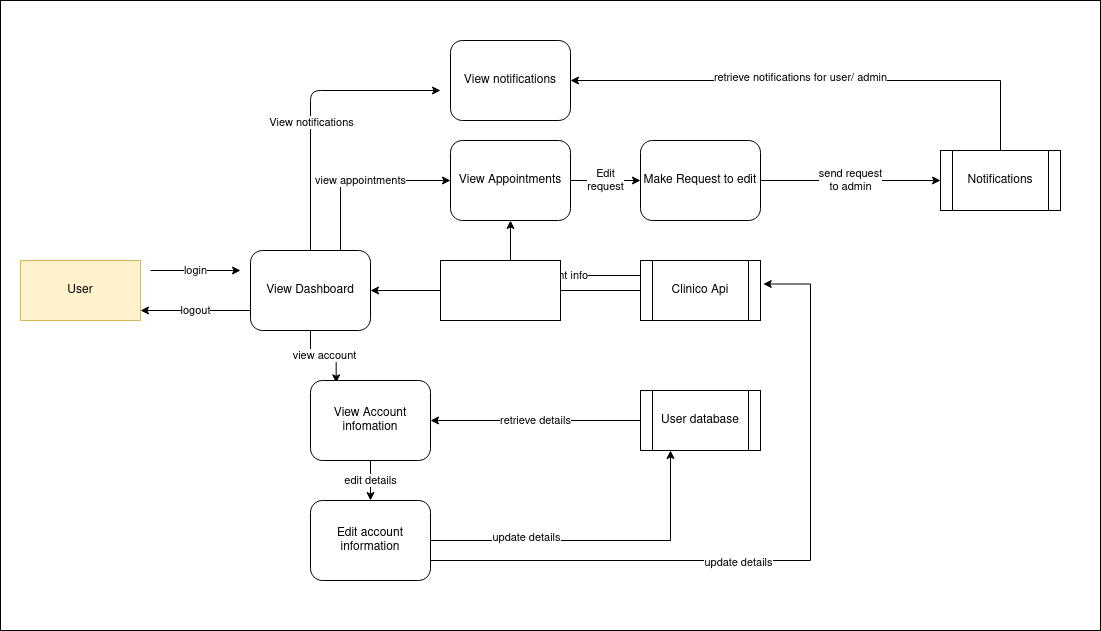
This is docs/MERN_dataflow.png from cmccaww/MERN_app_planning, a draw.io export, as it was before one commit. Source tidied: cells renumbered, new cells last; positions are measured from the earlier drawing's top-left corner, leaving out a move shared by most shapes. Source of this version:
```xml
<mxGraphModel>
  <root>
    <mxCell id="0" />
    <mxCell id="1" parent="0" />
    <mxCell id="2" style="rounded=0;whiteSpace=wrap;html=1;verticalAlign=middle;" parent="1" vertex="1">
      <mxGeometry width="1100" height="630" as="geometry" />
    </mxCell>
    <mxCell id="3" value="&lt;div&gt;User&lt;/div&gt;" style="rounded=0;whiteSpace=wrap;html=1;fillColor=#fff2cc;strokeColor=#d6b656;" parent="1" vertex="1">
      <mxGeometry x="20" y="260" width="120" height="60" as="geometry" />
    </mxCell>
    <mxCell id="4" value="retrieve details" style="edgeStyle=orthogonalEdgeStyle;rounded=0;jettySize=auto;html=1;entryX=1;entryY=0.5;entryDx=0;entryDy=0;" parent="1" edge="1" source="5" target="17">
      <mxGeometry relative="1" as="geometry" />
    </mxCell>
    <mxCell id="5" value="User database" style="shape=process;whiteSpace=wrap;html=1;backgroundOutline=1;" parent="1" vertex="1">
      <mxGeometry x="640" y="390" width="120" height="60" as="geometry" />
    </mxCell>
    <mxCell id="6" value="next appointment info" style="edgeStyle=orthogonalEdgeStyle;rounded=0;jettySize=auto;html=1;exitX=0;exitY=0.5;exitDx=0;exitDy=0;entryX=1;entryY=0.5;entryDx=0;entryDy=0;" parent="1" edge="1" source="8" target="11">
      <mxGeometry relative="1" as="geometry" />
    </mxCell>
    <mxCell id="7" value="appointment info" style="edgeStyle=orthogonalEdgeStyle;rounded=0;jettySize=auto;html=1;exitX=0;exitY=0.25;exitDx=0;exitDy=0;entryX=0.5;entryY=1;entryDx=0;entryDy=0;" parent="1" edge="1" source="8" target="13">
      <mxGeometry relative="1" as="geometry" />
    </mxCell>
    <mxCell id="8" value="Clinico Api" style="shape=process;whiteSpace=wrap;html=1;backgroundOutline=1;" parent="1" vertex="1">
      <mxGeometry x="640" y="260" width="120" height="60" as="geometry" />
    </mxCell>
    <mxCell id="9" value="&lt;div&gt;view account&lt;/div&gt;" style="edgeStyle=orthogonalEdgeStyle;rounded=0;jettySize=auto;html=1;exitX=0.5;exitY=1;exitDx=0;exitDy=0;entryX=0.214;entryY=0.029;entryDx=0;entryDy=0;entryPerimeter=0;" parent="1" edge="1" source="11" target="17">
      <mxGeometry relative="1" as="geometry" />
    </mxCell>
    <mxCell id="10" value="view appointments" style="edgeStyle=orthogonalEdgeStyle;rounded=0;jettySize=auto;html=1;exitX=0.75;exitY=0;exitDx=0;exitDy=0;entryX=0;entryY=0.5;entryDx=0;entryDy=0;" parent="1" edge="1" source="11" target="13">
      <mxGeometry relative="1" as="geometry" />
    </mxCell>
    <mxCell id="11" value="&lt;div&gt;View Dashboard&lt;/div&gt;" style="rounded=1;whiteSpace=wrap;html=1;rounded=1;" parent="1" vertex="1">
      <mxGeometry x="250" y="250" width="120" height="80" as="geometry" />
    </mxCell>
    <mxCell id="12" value="&lt;div&gt;Edit&lt;/div&gt;&lt;div&gt;request&lt;br&gt;&lt;/div&gt;" style="edgeStyle=orthogonalEdgeStyle;rounded=0;jettySize=auto;html=1;exitX=1;exitY=0.5;exitDx=0;exitDy=0;entryX=0;entryY=0.5;entryDx=0;entryDy=0;" parent="1" edge="1" source="13" target="15">
      <mxGeometry relative="1" as="geometry" />
    </mxCell>
    <mxCell id="13" value="&lt;div&gt;View Appointments&lt;/div&gt;" style="rounded=1;whiteSpace=wrap;html=1;" parent="1" vertex="1">
      <mxGeometry x="450" y="140" width="120" height="80" as="geometry" />
    </mxCell>
    <mxCell id="14" value="&lt;div&gt;send request&lt;/div&gt;&lt;div&gt; to admin&lt;/div&gt;" style="edgeStyle=orthogonalEdgeStyle;rounded=0;jettySize=auto;html=1;exitX=1;exitY=0.5;exitDx=0;exitDy=0;entryX=0;entryY=0.5;entryDx=0;entryDy=0;" parent="1" edge="1" source="15" target="27">
      <mxGeometry relative="1" as="geometry" />
    </mxCell>
    <mxCell id="15" value="Make Request to edit" style="rounded=1;whiteSpace=wrap;html=1;" parent="1" vertex="1">
      <mxGeometry x="640" y="140" width="120" height="80" as="geometry" />
    </mxCell>
    <mxCell id="16" value="&lt;div&gt;edit details&lt;/div&gt;" style="edgeStyle=orthogonalEdgeStyle;rounded=0;jettySize=auto;html=1;exitX=0.5;exitY=1;exitDx=0;exitDy=0;entryX=0.5;entryY=0;entryDx=0;entryDy=0;" parent="1" edge="1" source="17" target="22">
      <mxGeometry relative="1" as="geometry" />
    </mxCell>
    <mxCell id="17" value="&lt;div&gt;View Account infomation&lt;/div&gt;" style="rounded=1;whiteSpace=wrap;html=1;rounded=1;" parent="1" vertex="1">
      <mxGeometry x="310" y="380" width="120" height="80" as="geometry" />
    </mxCell>
    <mxCell id="18" style="edgeStyle=orthogonalEdgeStyle;rounded=0;jettySize=auto;html=1;exitX=1;exitY=0.5;exitDx=0;exitDy=0;entryX=0.25;entryY=1;entryDx=0;entryDy=0;" parent="1" edge="1" source="22" target="5">
      <mxGeometry relative="1" as="geometry" />
    </mxCell>
    <mxCell id="19" value="update details" style="edgeLabel;html=1;align=center;verticalAlign=middle;" parent="18" vertex="1">
      <mxGeometry x="-0.42" y="4" relative="1" as="geometry" />
    </mxCell>
    <mxCell id="20" style="edgeStyle=orthogonalEdgeStyle;rounded=0;jettySize=auto;html=1;exitX=1;exitY=0.75;exitDx=0;exitDy=0;entryX=1.023;entryY=0.392;entryDx=0;entryDy=0;entryPerimeter=0;" parent="1" edge="1" source="22" target="8">
      <mxGeometry relative="1" as="geometry">
        <Array as="points">
          <mxPoint x="810" y="560" />
          <mxPoint x="810" y="284" />
        </Array>
      </mxGeometry>
    </mxCell>
    <mxCell id="21" value="update details" style="edgeLabel;html=1;align=center;verticalAlign=middle;" parent="20" vertex="1">
      <mxGeometry x="-0.13" y="-1" relative="1" as="geometry" />
    </mxCell>
    <mxCell id="22" value="Edit account information" style="rounded=1;whiteSpace=wrap;html=1;" parent="1" vertex="1">
      <mxGeometry x="310" y="500" width="120" height="80" as="geometry" />
    </mxCell>
    <mxCell id="23" value="&lt;div&gt;logout&lt;/div&gt;" style="endArrow=classic;html=1;" parent="1" edge="1">
      <mxGeometry relative="1" as="geometry">
        <mxPoint x="250" y="310" as="sourcePoint" />
        <mxPoint x="140" y="310" as="targetPoint" />
      </mxGeometry>
    </mxCell>
    <mxCell id="24" value="login" style="endArrow=classic;html=1;" parent="1" edge="1">
      <mxGeometry relative="1" as="geometry">
        <mxPoint x="150" y="270" as="sourcePoint" />
        <mxPoint x="240" y="270" as="targetPoint" />
      </mxGeometry>
    </mxCell>
    <mxCell id="25" style="edgeStyle=orthogonalEdgeStyle;rounded=0;jettySize=auto;html=1;exitX=0.5;exitY=0;exitDx=0;exitDy=0;entryX=1;entryY=0.5;entryDx=0;entryDy=0;" parent="1" edge="1" source="27" target="28">
      <mxGeometry relative="1" as="geometry" />
    </mxCell>
    <mxCell id="26" value="retrieve notifications for user/ admin" style="edgeLabel;html=1;align=center;verticalAlign=middle;" parent="25" vertex="1">
      <mxGeometry x="0.08" y="-4" relative="1" as="geometry" />
    </mxCell>
    <mxCell id="27" value="Notifications" style="shape=process;whiteSpace=wrap;html=1;backgroundOutline=1;" parent="1" vertex="1">
      <mxGeometry x="940" y="150" width="120" height="60" as="geometry" />
    </mxCell>
    <mxCell id="28" value="&lt;div&gt;View notifications&lt;br&gt;&lt;/div&gt;" style="rounded=1;whiteSpace=wrap;html=1;" parent="1" vertex="1">
      <mxGeometry x="450" y="40" width="120" height="80" as="geometry" />
    </mxCell>
    <mxCell id="29" style="endArrow=classic;html=1;exitX=0.5;exitY=0;exitDx=0;exitDy=0;" parent="1" edge="1" source="11">
      <mxGeometry relative="1" as="geometry">
        <mxPoint x="440" y="90" as="targetPoint" />
        <Array as="points">
          <mxPoint x="310" y="90" />
        </Array>
      </mxGeometry>
    </mxCell>
    <mxCell id="30" value="View notifications" style="edgeLabel;html=1;align=center;verticalAlign=middle;" parent="29" vertex="1">
      <mxGeometry x="-0.11" relative="1" as="geometry" />
    </mxCell>
    <mxCell id="31" style="rounded=0;whiteSpace=wrap;html=1;" parent="1" vertex="1">
      <mxGeometry x="440" y="260" width="120" height="60" as="geometry" />
    </mxCell>
  </root>
</mxGraphModel>
```
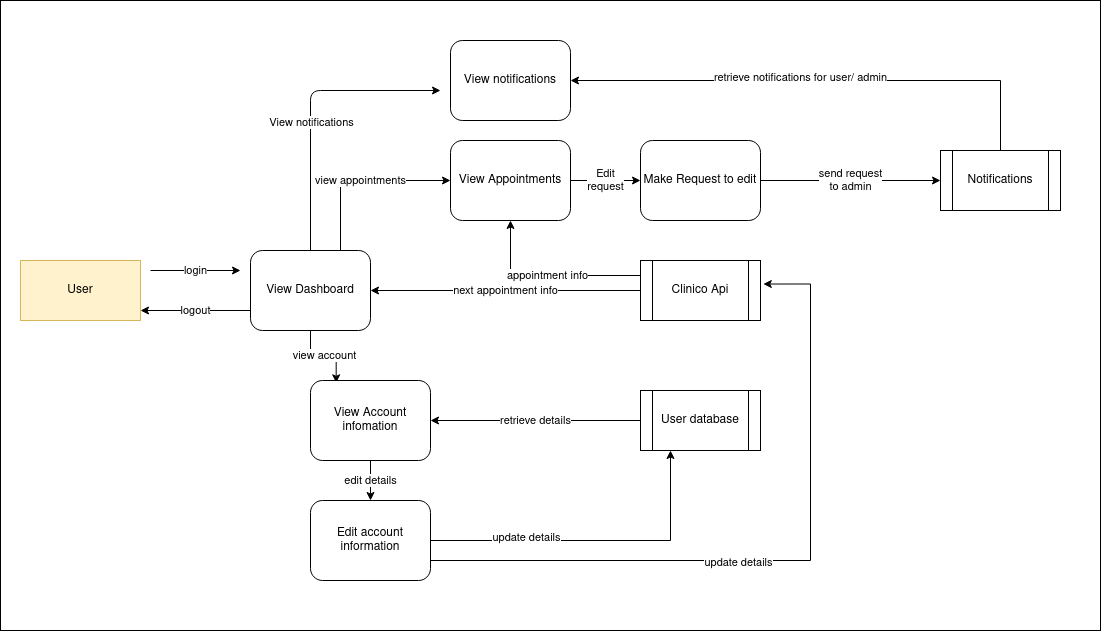
The same diagram one commit later.

Commit message:
updated dataflow diagram

What changed in the source:
```diff
@@ -105,8 +105,5 @@
     <mxCell id="30" value="View notifications" style="edgeLabel;html=1;align=center;verticalAlign=middle;" parent="29" vertex="1">
       <mxGeometry x="-0.11" relative="1" as="geometry" />
     </mxCell>
-    <mxCell id="31" style="rounded=0;whiteSpace=wrap;html=1;" parent="1" vertex="1">
-      <mxGeometry x="440" y="260" width="120" height="60" as="geometry" />
-    </mxCell>
   </root>
 </mxGraphModel>
```
